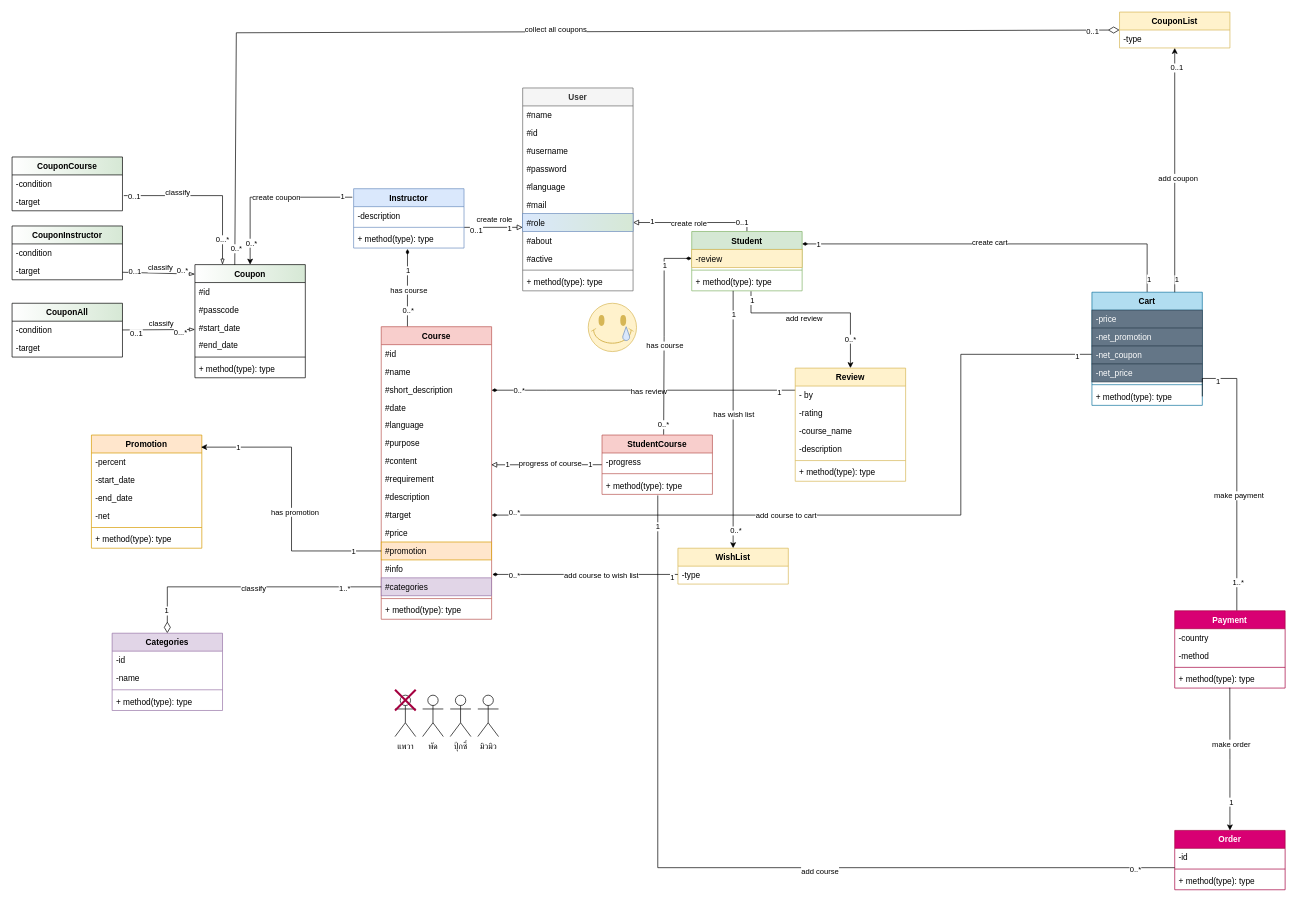
This is class.drawio from pratanporn13promax/OOP-Class-Sequence-UseCase-Diagram, a draw.io file, before an edit. Source tidied: cells renumbered, new cells numbered last; positions are measured from the earlier drawing's top-left corner, leaving out a move shared by most shapes. Both pictures are drawn from the tidied source at 69%, with x=0, y=0 at pixel (12, 12).
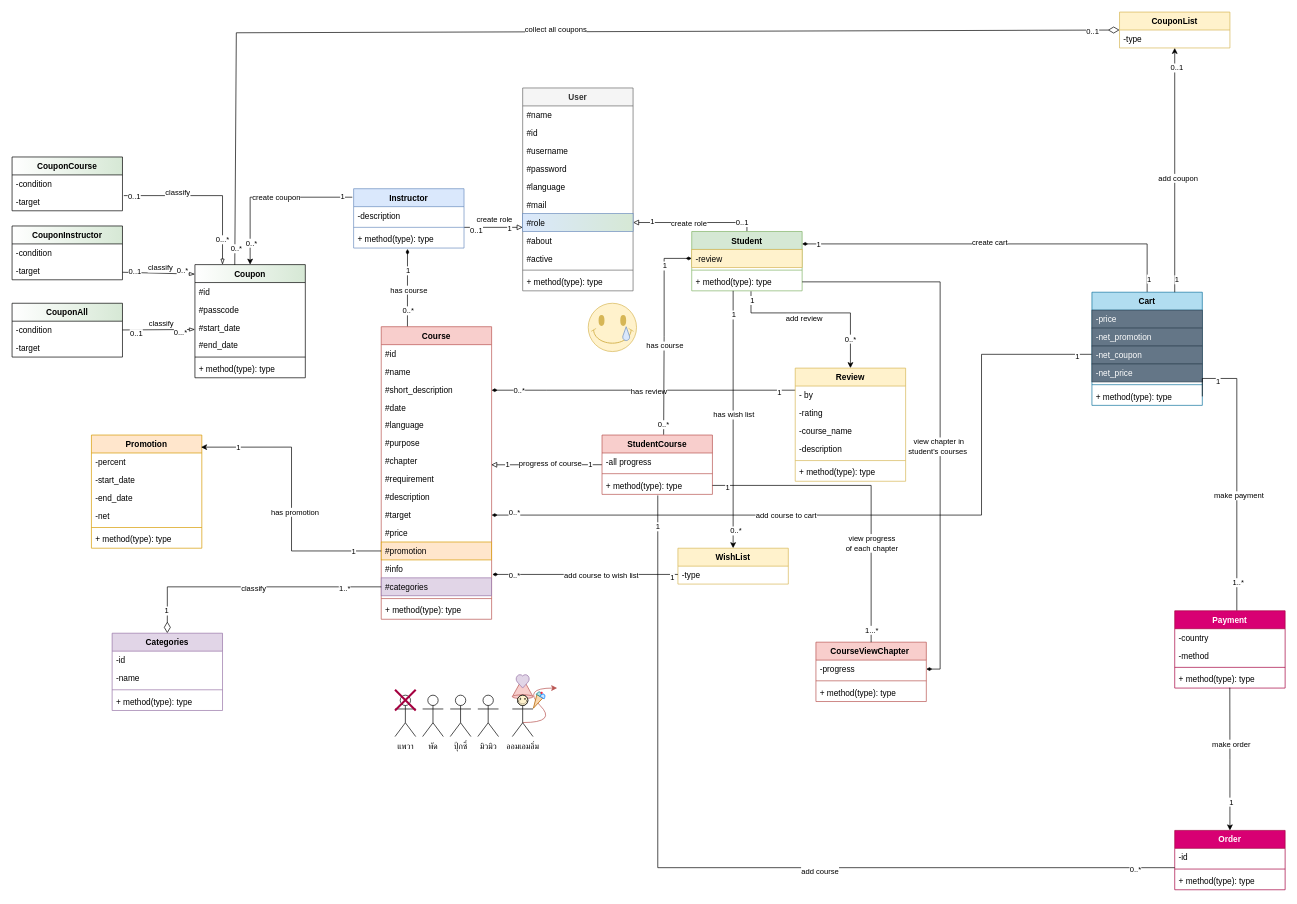
Above is the later version.

Unchanged cells that the change refers to:
```xml
<mxCell id="6" value="Course" style="swimlane;fontStyle=1;align=center;verticalAlign=top;horizontal=1;startSize=26;fillColor=#f8cecc;strokeColor=#b85450;" parent="1" vertex="1">
  <mxGeometry x="535" y="456" width="160" height="424" as="geometry" />
</mxCell>
<mxCell id="20" value="#target" style="text;strokeColor=none;fillColor=none;align=left;verticalAlign=top;spacingLeft=4;spacingRight=4;overflow=hidden;points=[[0,0.5],[1,0.5]];portConstraint=eastwest;" parent="6" vertex="1">
  <mxGeometry y="260" width="160" height="26" as="geometry" />
</mxCell>
<mxCell id="42" value="+ method(type): type" style="text;strokeColor=none;fillColor=none;align=left;verticalAlign=top;spacingLeft=4;spacingRight=4;overflow=hidden;points=[[0,0.5],[1,0.5]];portConstraint=eastwest;" parent="39" vertex="1">
  <mxGeometry y="60" width="160" height="26" as="geometry" />
</mxCell>
<mxCell id="136" value="StudentCourse" style="swimlane;fontStyle=1;align=center;verticalAlign=top;horizontal=1;startSize=26;fillColor=#f8cecc;strokeColor=#b85450;" parent="1" vertex="1">
  <mxGeometry x="855" y="613" width="160" height="86" as="geometry" />
</mxCell>
<mxCell id="139" value="+ method(type): type" style="text;strokeColor=none;fillColor=none;align=left;verticalAlign=top;spacingLeft=4;spacingRight=4;overflow=hidden;points=[[0,0.5],[1,0.5]];portConstraint=eastwest;" parent="136" vertex="1">
  <mxGeometry y="60" width="160" height="26" as="geometry" />
</mxCell>
```

Change to the diagram source:
```diff
@@
+    <mxCell id="192" style="curved=1;endArrow=classic;html=1;rounded=0;fillColor=#f8cecc;strokeColor=#b85450;" parent="1" edge="1">
+      <mxGeometry relative="1" as="geometry">
+        <mxPoint x="740" y="1029.7" as="sourcePoint" />
+        <mxPoint x="790" y="979.7" as="targetPoint" />
+        <Array as="points">
+          <mxPoint x="790" y="1029.7" />
+          <mxPoint x="740" y="979.7" />
+        </Array>
+      </mxGeometry>
+    </mxCell>
+    <mxCell id="193" style="verticalLabelPosition=bottom;verticalAlign=top;html=1;shape=mxgraph.basic.cone;fillColor=#f8cecc;strokeColor=#b85450;" parent="1" vertex="1">
+      <mxGeometry x="725" y="965" width="30" height="30" as="geometry" />
+    </mxCell>
@@
-    <mxCell id="13" value="#content" style="text;strokeColor=none;fillColor=none;align=left;verticalAlign=top;spacingLeft=4;spacingRight=4;overflow=hidden;points=[[0,0.5],[1,0.5]];portConstraint=eastwest;" parent="6" vertex="1">
+    <mxCell id="13" value="#chapter" style="text;strokeColor=none;fillColor=none;align=left;verticalAlign=top;spacingLeft=4;spacingRight=4;overflow=hidden;points=[[0,0.5],[1,0.5]];portConstraint=eastwest;" parent="6" vertex="1">
       <mxGeometry y="182" width="160" height="26" as="geometry" />
     </mxCell>
@@
     <mxCell id="16" style="edgeStyle=orthogonalEdgeStyle;rounded=0;jettySize=auto;html=1;startArrow=diamondThin;startFill=1;endArrow=none;endFill=0;" parent="6" edge="1" source="20">
       <mxGeometry relative="1" as="geometry">
         <mxPoint x="1030" y="40" as="targetPoint" />
         <Array as="points">
-          <mxPoint x="840" y="273" />
-          <mxPoint x="840" y="40" />
+          <mxPoint x="870" y="273" />
+          <mxPoint x="870" y="40" />
         </Array>
       </mxGeometry>
     </mxCell>
@@
-    <mxCell id="137" value="-progress" style="text;align=left;verticalAlign=top;spacingLeft=4;spacingRight=4;overflow=hidden;" parent="136" vertex="1">
+    <mxCell id="137" value="-all progress" style="text;align=left;verticalAlign=top;spacingLeft=4;spacingRight=4;overflow=hidden;" parent="136" vertex="1">
       <mxGeometry y="26" width="160" height="26" as="geometry" />
     </mxCell>
@@
+    <mxCell id="194" value="ออมเอมอิ่ม" style="shape=umlActor;verticalLabelPosition=bottom;verticalAlign=top;html=1;" parent="1" vertex="1">
+      <mxGeometry x="725" y="990" width="30" height="60" as="geometry" />
+    </mxCell>
+    <mxCell id="195" style="verticalLabelPosition=bottom;verticalAlign=top;html=1;shape=mxgraph.basic.heart;fillColor=#e1d5e7;strokeColor=#9673a6;" parent="1" vertex="1">
+      <mxGeometry x="730" y="959.7" width="20" height="20" as="geometry" />
+    </mxCell>
+    <mxCell id="196" style="verticalLabelPosition=bottom;verticalAlign=top;html=1;shape=mxgraph.basic.smiley;fillColor=#fff2cc;strokeColor=#000000;" parent="1" vertex="1">
+      <mxGeometry x="732.5" y="990" width="15" height="15" as="geometry" />
+    </mxCell>
+    <mxCell id="197" style="verticalLabelPosition=bottom;verticalAlign=top;html=1;shape=mxgraph.basic.cone2;dx=0.44;dy=1;strokeColor=#b46504;rotation=-150;fillColor=#fad7ac;" parent="1" vertex="1">
+      <mxGeometry x="755" y="990" width="10" height="20" as="geometry" />
+    </mxCell>
+    <mxCell id="198" style="verticalLabelPosition=bottom;verticalAlign=top;html=1;shape=mxgraph.basic.half_circle;strokeColor=#0e8088;rotation=-150;fillColor=#b0e3e6;" parent="1" vertex="1">
+      <mxGeometry x="760.7" y="985.2" width="7" height="5.7" as="geometry" />
+    </mxCell>
+    <mxCell id="199" style="verticalLabelPosition=bottom;verticalAlign=top;html=1;shape=mxgraph.basic.half_circle;strokeColor=#007FFF;rotation=-150;fillColor=#cce5ff;" parent="1" vertex="1">
+      <mxGeometry x="766" y="988.2" width="7" height="5.7" as="geometry" />
+    </mxCell>
+    <mxCell id="200" style="ellipse;whiteSpace=wrap;html=1;strokeColor=#b85450;fillColor=#F82541;strokeWidth=0.1;" parent="1" vertex="1">
+      <mxGeometry x="766" y="985.2" width="3" height="3" as="geometry" />
+    </mxCell>
+    <mxCell id="201" value="CourseViewChapter " style="swimlane;fontStyle=1;align=center;verticalAlign=top;horizontal=1;startSize=26;fillColor=#f8cecc;strokeColor=#b85450;" parent="1" vertex="1">
+      <mxGeometry x="1165" y="913.2" width="160" height="86" as="geometry" />
+    </mxCell>
+    <mxCell id="202" value="-progress " style="text;align=left;verticalAlign=top;spacingLeft=4;spacingRight=4;overflow=hidden;points=[[0,0.5],[1,0.5]];portConstraint=eastwest;" parent="201" vertex="1">
+      <mxGeometry y="26" width="160" height="26" as="geometry" />
+    </mxCell>
+    <mxCell id="203" style="line;strokeWidth=1;fillColor=none;align=left;verticalAlign=middle;spacingTop=-1;spacingLeft=3;spacingRight=3;labelPosition=right;strokeColor=inherit;" parent="201" vertex="1">
+      <mxGeometry y="52" width="160" height="8" as="geometry" />
+    </mxCell>
+    <mxCell id="204" value="+ method(type): type" style="text;strokeColor=none;fillColor=none;align=left;verticalAlign=top;spacingLeft=4;spacingRight=4;overflow=hidden;" parent="201" vertex="1">
+      <mxGeometry y="60" width="160" height="26" as="geometry" />
+    </mxCell>
+    <mxCell id="205" style="edgeStyle=orthogonalEdgeStyle;rounded=0;jettySize=auto;html=1;entryX=0.5;entryY=0;entryDx=0;entryDy=0;startArrow=none;startFill=0;endArrow=none;endFill=0;exitX=1;exitY=0.5;exitDx=0;exitDy=0;" parent="1" edge="1" source="139" target="201">
+      <mxGeometry relative="1" as="geometry">
+        <Array as="points">
+          <mxPoint x="1245" y="686" />
+          <mxPoint x="1245" y="894" />
+        </Array>
+      </mxGeometry>
+    </mxCell>
+    <mxCell id="206" value="1" style="edgeLabel;html=1;align=center;verticalAlign=middle;" parent="205" vertex="1">
+      <mxGeometry x="-0.91" y="-2" relative="1" as="geometry" />
+    </mxCell>
+    <mxCell id="207" value="1...*" style="edgeLabel;html=1;align=center;verticalAlign=middle;" parent="205" vertex="1">
+      <mxGeometry x="0.92" relative="1" as="geometry" />
+    </mxCell>
+    <mxCell id="208" value="view progress&lt;br&gt;of each chapter" style="edgeLabel;html=1;align=center;verticalAlign=middle;" parent="205" vertex="1">
+      <mxGeometry x="0.37" relative="1" as="geometry" />
+    </mxCell>
+    <mxCell id="209" style="edgeStyle=orthogonalEdgeStyle;rounded=0;jettySize=auto;html=1;entryX=1;entryY=0.5;entryDx=0;entryDy=0;startArrow=none;startFill=0;endArrow=diamondThin;endFill=1;" parent="1" edge="1" source="42" target="202">
+      <mxGeometry relative="1" as="geometry" />
+    </mxCell>
+    <mxCell id="210" value="view chapter in &lt;br&gt;student's courses&amp;nbsp;" style="edgeLabel;html=1;align=center;verticalAlign=middle;" parent="209" vertex="1">
+      <mxGeometry x="0.12" y="-3" relative="1" as="geometry">
+        <mxPoint y="1" as="offset" />
+      </mxGeometry>
+    </mxCell>
```
